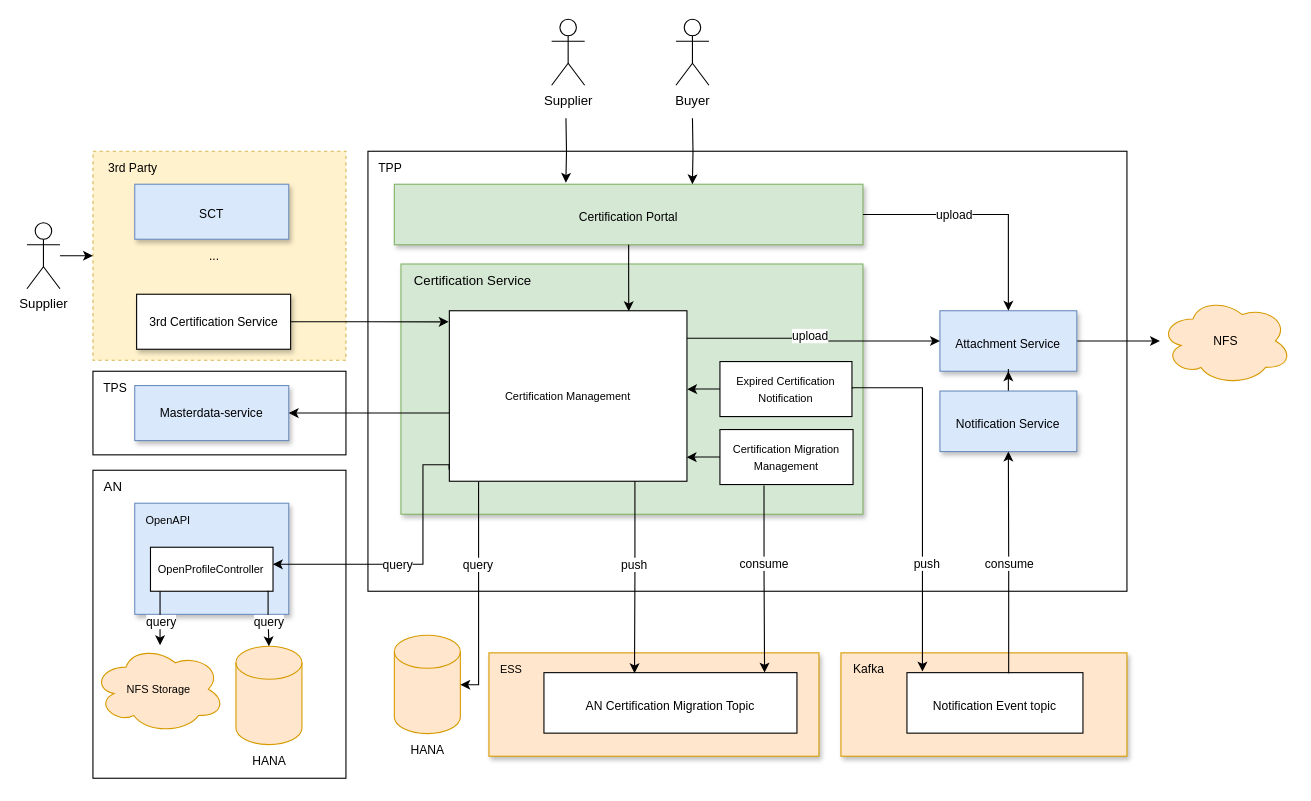
Before: certification_service_block.drawio in huangshijie/Drawio, a draw.io diagram. Source tidied: cells renumbered, new cells numbered last; positions are measured from the earlier drawing's top-left corner, leaving out a move shared by most shapes. Both pictures are drawn from the tidied source at 110%, with x=0, y=0 at pixel (26, 19).
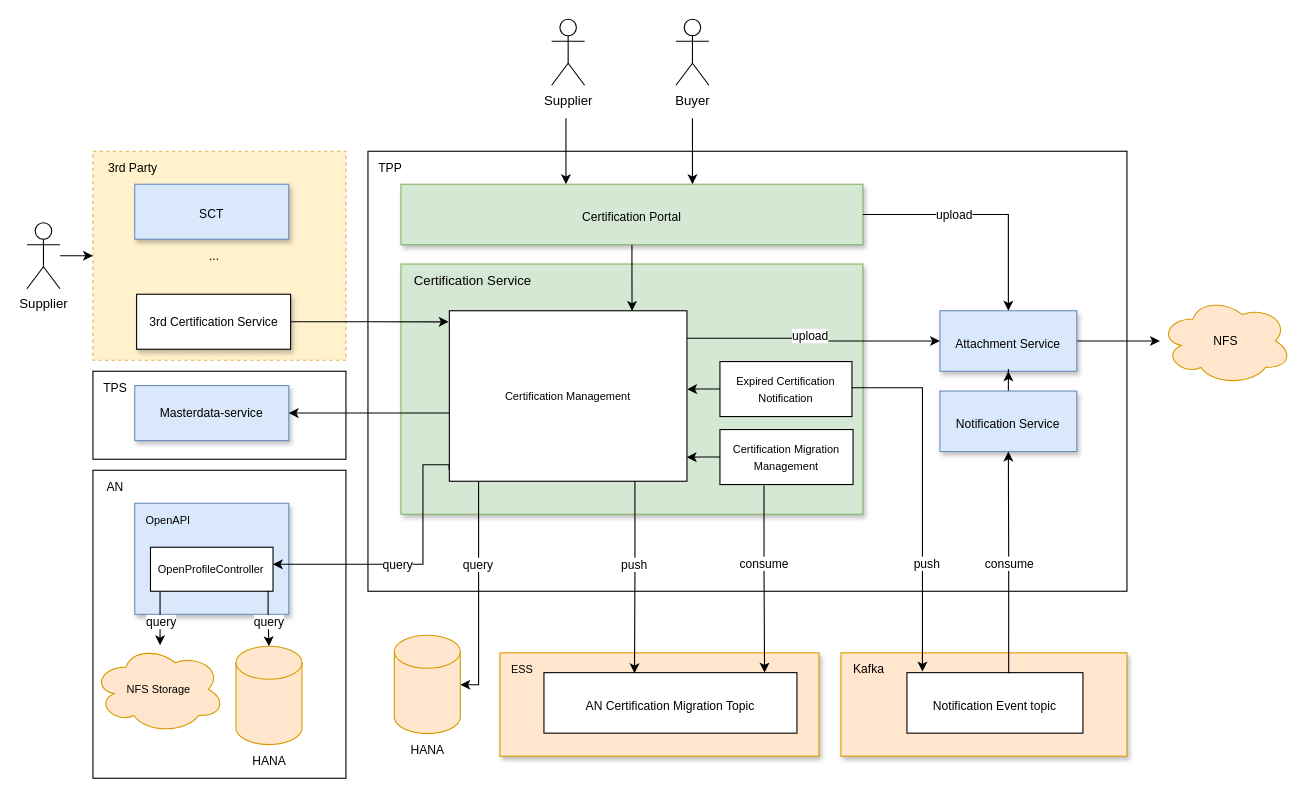
The same diagram, later.

The change refers to these unchanged cells:
```xml
<mxCell id="2" style="group;" parent="1" vertex="1">
  <mxGeometry width="1150" height="693" as="geometry" />
</mxCell>
<mxCell id="45" value="&lt;span style=&quot;&quot;&gt;&lt;font style=&quot;font-size: 10px;&quot;&gt;Certification Management&lt;/font&gt;&lt;/span&gt;" style="rounded=0;whiteSpace=wrap;html=1;" parent="2" vertex="1">
  <mxGeometry x="384" y="265" width="216" height="155" as="geometry" />
</mxCell>
```

Change to the diagram source:
```diff
@@
-    <mxCell id="5" style="edgeStyle=orthogonalEdgeStyle;rounded=0;jettySize=auto;html=1;fontFamily=Helvetica;fontSize=11;entryX=0.366;entryY=-0.023;entryDx=0;entryDy=0;entryPerimeter=0;" parent="2" edge="1" target="8">
+    <mxCell id="5" style="edgeStyle=orthogonalEdgeStyle;rounded=0;orthogonalLoop=1;jettySize=auto;html=1;fontFamily=Helvetica;fontSize=11;" parent="2" edge="1">
       <mxGeometry relative="1" as="geometry">
         <mxPoint x="490" y="90" as="sourcePoint" />
+        <mxPoint x="490" y="150" as="targetPoint" />
       </mxGeometry>
     </mxCell>
@@
     <mxCell id="8" value="&lt;font style=&quot;font-size: 11px;&quot;&gt;Certification Portal&lt;/font&gt;" style="whiteSpace=wrap;html=1;shadow=1;fontSize=18;fillColor=#d5e8d4;strokeColor=#82b366;" parent="2" vertex="1">
-      <mxGeometry x="334" y="150" width="426" height="55" as="geometry" />
+      <mxGeometry x="340" y="150" width="420" height="55" as="geometry" />
     </mxCell>
@@
-    <mxCell id="16" value="AN" style="text;html=1;align=center;verticalAlign=middle;strokeColor=none;fillColor=none;" parent="2" vertex="1">
-      <mxGeometry x="58" y="410" width="40" height="30" as="geometry" />
+    <mxCell id="16" value="&lt;font style=&quot;font-size: 11px;&quot;&gt;AN&lt;/font&gt;" style="text;html=1;align=center;verticalAlign=middle;strokeColor=none;fillColor=none;" parent="2" vertex="1">
+      <mxGeometry x="59.7" y="410" width="40" height="30" as="geometry" />
     </mxCell>
@@
     <mxCell id="38" style="rounded=0;whiteSpace=wrap;html=1;shadow=1;fillColor=#ffe6cc;strokeColor=#d79b00;" parent="2" vertex="1">
-      <mxGeometry x="420" y="576" width="300" height="94" as="geometry" />
+      <mxGeometry x="430" y="576" width="290" height="94" as="geometry" />
     </mxCell>
     <mxCell id="39" value="&lt;font style=&quot;font-size: 10px;&quot;&gt;ESS&lt;/font&gt;" style="text;html=1;align=center;verticalAlign=middle;strokeColor=none;fillColor=none;" parent="2" vertex="1">
-      <mxGeometry x="420" y="576" width="40" height="30" as="geometry" />
+      <mxGeometry x="429.5" y="576" width="40" height="30" as="geometry" />
     </mxCell>
@@
     <mxCell id="66" style="rounded=0;whiteSpace=wrap;html=1;shadow=0;glass=0;labelBackgroundColor=#000000;sketch=0;strokeColor=#000000;fontFamily=Helvetica;fontSize=11;fillColor=default;gradientColor=none;" parent="2" vertex="1">
-      <mxGeometry x="60" y="320" width="230" height="76" as="geometry" />
+      <mxGeometry x="60" y="320" width="230" height="80" as="geometry" />
     </mxCell>
@@
-    <mxCell id="70" style="edgeStyle=orthogonalEdgeStyle;rounded=0;jettySize=auto;html=1;entryX=0.755;entryY=0.003;entryDx=0;entryDy=0;entryPerimeter=0;fontFamily=Helvetica;fontSize=11;" parent="2" edge="1" source="8" target="45">
-      <mxGeometry relative="1" as="geometry" />
-    </mxCell>
-    <mxCell id="71" style="edgeStyle=orthogonalEdgeStyle;rounded=0;jettySize=auto;html=1;entryX=0.636;entryY=-0.001;entryDx=0;entryDy=0;entryPerimeter=0;fontFamily=Helvetica;fontSize=11;" parent="2" edge="1" target="8">
+    <mxCell id="71" style="edgeStyle=orthogonalEdgeStyle;rounded=0;orthogonalLoop=1;jettySize=auto;html=1;fontFamily=Helvetica;fontSize=11;" parent="2" edge="1">
       <mxGeometry relative="1" as="geometry">
         <mxPoint x="605" y="90" as="sourcePoint" />
+        <mxPoint x="605" y="150" as="targetPoint" />
       </mxGeometry>
     </mxCell>
@@
+    <mxCell id="70" style="edgeStyle=orthogonalEdgeStyle;rounded=0;jettySize=auto;html=1;entryX=0.769;entryY=0.001;entryDx=0;entryDy=0;entryPerimeter=0;fontFamily=Helvetica;fontSize=11;" parent="2" edge="1" source="8" target="45">
+      <mxGeometry relative="1" as="geometry" />
+    </mxCell>
```
